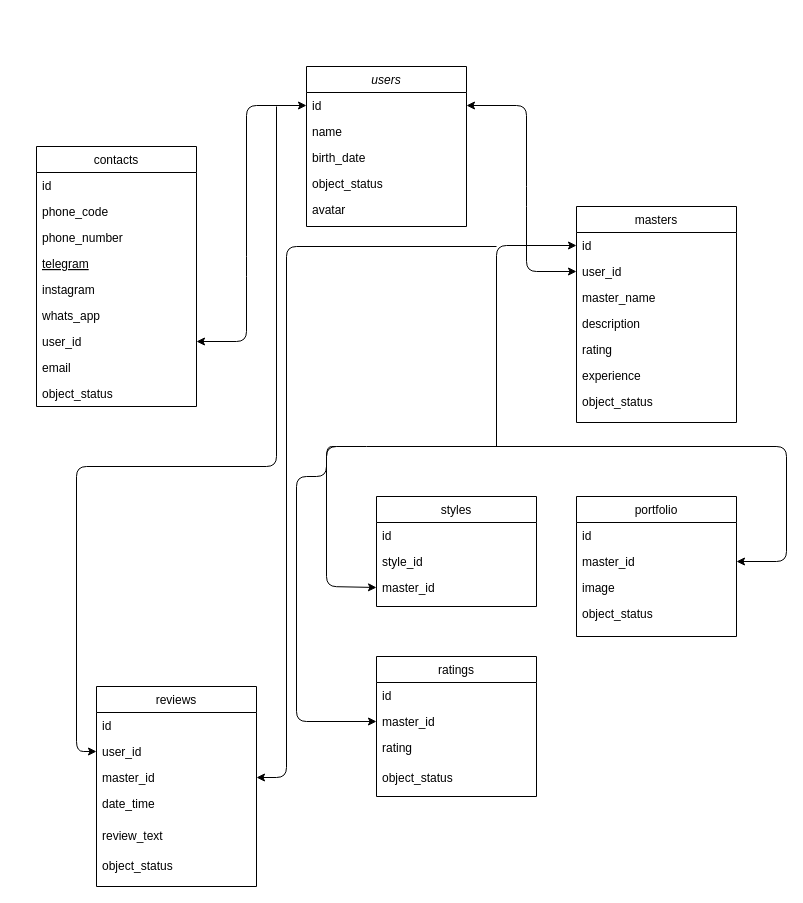
The draw.io diagram src/main/java/art/tattoo/wowtattoo/dao/Untitled Diagram.drawio in kiber-kot/wow-tattoo, before the edit. Source tidied: cells renumbered, new cells numbered last; positions are measured from the earlier drawing's top-left corner, leaving out a move shared by most shapes. Both pictures are drawn from the tidied source at 100%, with x=0, y=0 at pixel (36, 66).
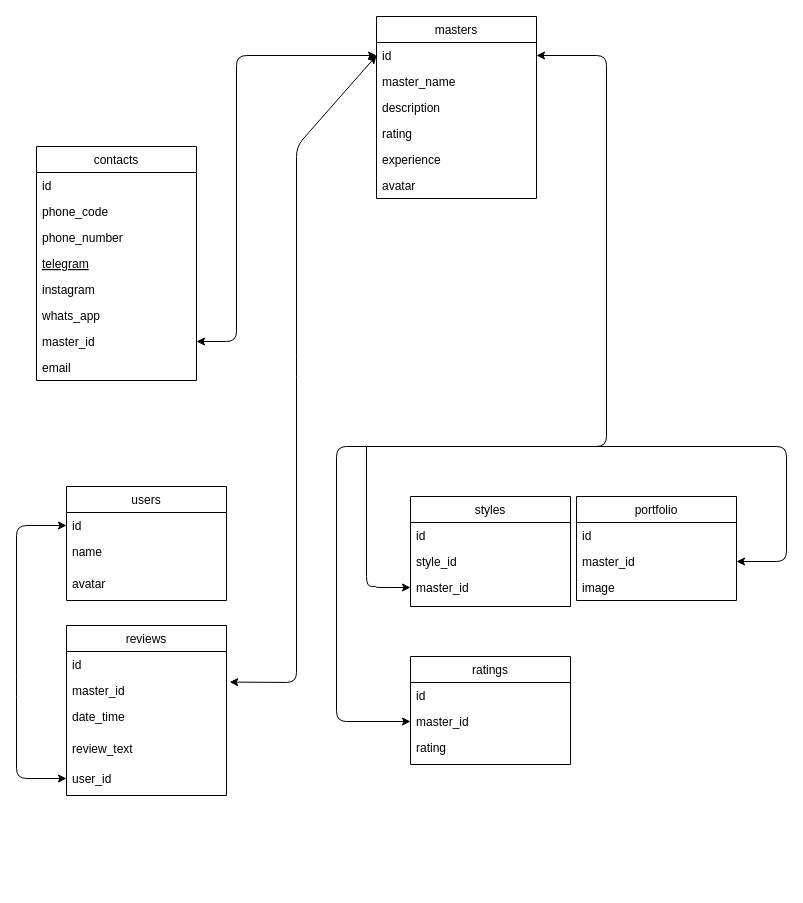
The same page after the edit.

The change refers to these unchanged cells:
```xml
<mxCell id="21" value="master_id" style="text;align=left;verticalAlign=top;spacingLeft=4;spacingRight=4;overflow=hidden;points=[[0,0.5],[1,0.5]];portConstraint=eastwest;" parent="18" vertex="1">
  <mxGeometry y="78" width="160" height="26" as="geometry" />
</mxCell>
<mxCell id="23" value="id" style="text;align=left;verticalAlign=top;spacingLeft=4;spacingRight=4;overflow=hidden;points=[[0,0.5],[1,0.5]];portConstraint=eastwest;" parent="22" vertex="1">
  <mxGeometry y="26" width="160" height="26" as="geometry" />
</mxCell>
<mxCell id="37" value="master_id" style="text;align=left;verticalAlign=top;spacingLeft=4;spacingRight=4;overflow=hidden;points=[[0,0.5],[1,0.5]];portConstraint=eastwest;" parent="35" vertex="1">
  <mxGeometry y="52" width="160" height="26" as="geometry" />
</mxCell>
```

What changed in the source:
```diff
@@
-    <mxCell id="2" value="users" style="swimlane;fontStyle=2;align=center;verticalAlign=top;horizontal=1;startSize=26;rounded=0;shadow=0;strokeWidth=1;" parent="1" vertex="1">
-      <mxGeometry x="270" width="160" height="160" as="geometry" />
-    </mxCell>
-    <mxCell id="3" value="id" style="text;align=left;verticalAlign=top;spacingLeft=4;spacingRight=4;overflow=hidden;points=[[0,0.5],[1,0.5]];portConstraint=eastwest;" parent="2" vertex="1">
-      <mxGeometry y="26" width="160" height="26" as="geometry" />
-    </mxCell>
-    <mxCell id="4" value="name" style="text;align=left;verticalAlign=top;spacingLeft=4;spacingRight=4;overflow=hidden;rounded=0;shadow=0;html=0;" parent="2" vertex="1">
-      <mxGeometry y="52" width="160" height="26" as="geometry" />
-    </mxCell>
-    <mxCell id="5" value="birth_date" style="text;align=left;verticalAlign=top;spacingLeft=4;spacingRight=4;overflow=hidden;rounded=0;shadow=0;html=0;" parent="2" vertex="1">
-      <mxGeometry y="78" width="160" height="26" as="geometry" />
-    </mxCell>
-    <mxCell id="6" value="object_status" style="text;align=left;verticalAlign=top;spacingLeft=4;spacingRight=4;overflow=hidden;" parent="2" vertex="1">
-      <mxGeometry y="104" width="160" height="26" as="geometry" />
-    </mxCell>
-    <mxCell id="7" value="avatar" style="text;align=left;verticalAlign=top;spacingLeft=4;spacingRight=4;overflow=hidden;" parent="2" vertex="1">
-      <mxGeometry y="130" width="160" height="26" as="geometry" />
-    </mxCell>
     <mxCell id="8" value="contacts" style="swimlane;fontStyle=0;align=center;verticalAlign=top;horizontal=1;startSize=26;rounded=0;shadow=0;strokeWidth=1;" parent="1" vertex="1">
-      <mxGeometry y="80" width="160" height="260" as="geometry" />
+      <mxGeometry y="80" width="160" height="234" as="geometry" />
     </mxCell>
@@
-    <mxCell id="15" value="user_id" style="text;align=left;verticalAlign=top;spacingLeft=4;spacingRight=4;overflow=hidden;points=[[0,0.5],[1,0.5]];portConstraint=eastwest;" parent="8" vertex="1">
+    <mxCell id="15" value="master_id" style="text;align=left;verticalAlign=top;spacingLeft=4;spacingRight=4;overflow=hidden;points=[[0,0.5],[1,0.5]];portConstraint=eastwest;" parent="8" vertex="1">
       <mxGeometry y="182" width="160" height="26" as="geometry" />
     </mxCell>
@@
-    <mxCell id="17" value="object_status" style="text;align=left;verticalAlign=top;spacingLeft=4;spacingRight=4;overflow=hidden;" parent="8" vertex="1">
-      <mxGeometry y="234" width="160" height="26" as="geometry" />
-    </mxCell>
     <mxCell id="18" value="styles" style="swimlane;fontStyle=0;align=center;verticalAlign=top;horizontal=1;startSize=26;rounded=0;shadow=0;strokeWidth=1;" parent="1" vertex="1">
-      <mxGeometry x="340" y="430" width="160" height="110" as="geometry" />
+      <mxGeometry x="374" y="430" width="160" height="110" as="geometry" />
     </mxCell>
@@
     <mxCell id="22" value="masters" style="swimlane;fontStyle=0;align=center;verticalAlign=top;horizontal=1;startSize=26;rounded=0;shadow=0;strokeWidth=1;" parent="1" vertex="1">
-      <mxGeometry x="540" y="140" width="160" height="216" as="geometry" />
+      <mxGeometry x="340" y="-50" width="160" height="182" as="geometry" />
     </mxCell>
@@
-    <mxCell id="24" value="user_id" style="text;align=left;verticalAlign=top;spacingLeft=4;spacingRight=4;overflow=hidden;points=[[0,0.5],[1,0.5]];portConstraint=eastwest;rounded=0;shadow=0;html=0;" parent="22" vertex="1">
-      <mxGeometry y="52" width="160" height="26" as="geometry" />
-    </mxCell>
     <mxCell id="25" value="master_name" style="text;align=left;verticalAlign=top;spacingLeft=4;spacingRight=4;overflow=hidden;rounded=0;shadow=0;html=0;" parent="22" vertex="1">
-      <mxGeometry y="78" width="160" height="26" as="geometry" />
+      <mxGeometry y="52" width="160" height="26" as="geometry" />
     </mxCell>
     <mxCell id="26" value="description" style="text;align=left;verticalAlign=top;spacingLeft=4;spacingRight=4;overflow=hidden;rounded=0;shadow=0;html=0;" parent="22" vertex="1">
-      <mxGeometry y="104" width="160" height="26" as="geometry" />
+      <mxGeometry y="78" width="160" height="26" as="geometry" />
     </mxCell>
     <mxCell id="27" value="rating" style="text;align=left;verticalAlign=top;spacingLeft=4;spacingRight=4;overflow=hidden;rounded=0;shadow=0;html=0;" parent="22" vertex="1">
-      <mxGeometry y="130" width="160" height="26" as="geometry" />
+      <mxGeometry y="104" width="160" height="26" as="geometry" />
     </mxCell>
     <mxCell id="28" value="experience" style="text;align=left;verticalAlign=top;spacingLeft=4;spacingRight=4;overflow=hidden;" parent="22" vertex="1">
-      <mxGeometry y="156" width="160" height="26" as="geometry" />
+      <mxGeometry y="130" width="160" height="26" as="geometry" />
     </mxCell>
-    <mxCell id="29" value="object_status" style="text;align=left;verticalAlign=top;spacingLeft=4;spacingRight=4;overflow=hidden;" parent="22" vertex="1">
-      <mxGeometry y="182" width="160" height="26" as="geometry" />
+    <mxCell id="29" value="avatar" style="text;align=left;verticalAlign=top;spacingLeft=4;spacingRight=4;overflow=hidden;" parent="22" vertex="1">
+      <mxGeometry y="156" width="160" height="26" as="geometry" />
     </mxCell>
     <mxCell id="30" value="portfolio" style="swimlane;fontStyle=0;align=center;verticalAlign=top;horizontal=1;startSize=26;rounded=0;shadow=0;strokeWidth=1;" parent="1" vertex="1">
-      <mxGeometry x="540" y="430" width="160" height="140" as="geometry" />
+      <mxGeometry x="540" y="430" width="160" height="104" as="geometry" />
     </mxCell>
@@
-    <mxCell id="34" value="object_status" style="text;align=left;verticalAlign=top;spacingLeft=4;spacingRight=4;overflow=hidden;" parent="30" vertex="1">
-      <mxGeometry y="104" width="160" height="26" as="geometry" />
-    </mxCell>
     <mxCell id="35" value="ratings" style="swimlane;fontStyle=0;align=center;verticalAlign=top;horizontal=1;startSize=26;rounded=0;shadow=0;strokeWidth=1;" parent="1" vertex="1">
-      <mxGeometry x="340" y="590" width="160" height="140" as="geometry" />
+      <mxGeometry x="374" y="590" width="160" height="108" as="geometry" />
     </mxCell>
@@
-    <mxCell id="39" value="object_status" style="text;align=left;verticalAlign=top;spacingLeft=4;spacingRight=4;overflow=hidden;" parent="35" vertex="1">
-      <mxGeometry y="108" width="160" height="30" as="geometry" />
-    </mxCell>
     <mxCell id="40" value="reviews" style="swimlane;fontStyle=0;align=center;verticalAlign=top;horizontal=1;startSize=26;rounded=0;shadow=0;strokeWidth=1;" parent="1" vertex="1">
-      <mxGeometry x="60" y="620" width="160" height="200" as="geometry" />
+      <mxGeometry x="30" y="559" width="160" height="170" as="geometry" />
     </mxCell>
@@
-    <mxCell id="42" value="user_id" style="text;align=left;verticalAlign=top;spacingLeft=4;spacingRight=4;overflow=hidden;points=[[0,0.5],[1,0.5]];portConstraint=eastwest;" parent="40" vertex="1">
-      <mxGeometry y="52" width="160" height="26" as="geometry" />
-    </mxCell>
     <mxCell id="43" value="master_id" style="text;align=left;verticalAlign=top;spacingLeft=4;spacingRight=4;overflow=hidden;points=[[0,0.5],[1,0.5]];portConstraint=eastwest;" parent="40" vertex="1">
-      <mxGeometry y="78" width="160" height="26" as="geometry" />
+      <mxGeometry y="52" width="160" height="26" as="geometry" />
     </mxCell>
     <mxCell id="44" value="date_time" style="text;align=left;verticalAlign=top;spacingLeft=4;spacingRight=4;overflow=hidden;" parent="40" vertex="1">
-      <mxGeometry y="104" width="160" height="32" as="geometry" />
+      <mxGeometry y="78" width="160" height="32" as="geometry" />
     </mxCell>
     <mxCell id="45" value="review_text" style="text;align=left;verticalAlign=top;spacingLeft=4;spacingRight=4;overflow=hidden;" parent="40" vertex="1">
-      <mxGeometry y="136" width="160" height="30" as="geometry" />
+      <mxGeometry y="110" width="160" height="30" as="geometry" />
     </mxCell>
-    <mxCell id="46" value="object_status" style="text;align=left;verticalAlign=top;spacingLeft=4;spacingRight=4;overflow=hidden;" parent="40" vertex="1">
-      <mxGeometry y="166" width="160" height="30" as="geometry" />
-    </mxCell>
-    <mxCell id="47" style="endArrow=classic;startArrow=classic;html=1;entryX=0;entryY=0.5;entryDx=0;entryDy=0;exitX=1;exitY=0.5;exitDx=0;exitDy=0;" parent="1" edge="1" source="15" target="3">
-      <mxGeometry relative="1" as="geometry">
-        <Array as="points">
-          <mxPoint x="210" y="275" />
-          <mxPoint x="210" y="200" />
-          <mxPoint x="210" y="39" />
-        </Array>
-      </mxGeometry>
-    </mxCell>
+    <mxCell id="42" value="user_id" style="text;align=left;verticalAlign=top;spacingLeft=4;spacingRight=4;overflow=hidden;points=[[0,0.5],[1,0.5]];portConstraint=eastwest;" parent="40" vertex="1">
+      <mxGeometry y="140" width="160" height="26" as="geometry" />
+    </mxCell>
-    <mxCell id="48" style="endArrow=classic;startArrow=classic;html=1;entryX=1;entryY=0.5;entryDx=0;entryDy=0;exitX=0;exitY=0.5;exitDx=0;exitDy=0;" parent="1" edge="1" source="24" target="3">
+    <mxCell id="48" style="endArrow=classic;startArrow=classic;html=1;entryX=1;entryY=0.5;entryDx=0;entryDy=0;exitX=0;exitY=0.5;exitDx=0;exitDy=0;" parent="1" edge="1" source="23" target="15">
       <mxGeometry relative="1" as="geometry">
         <Array as="points">
-          <mxPoint x="490" y="205" />
-          <mxPoint x="490" y="130" />
-          <mxPoint x="490" y="39" />
+          <mxPoint x="200" y="-11" />
+          <mxPoint x="200" y="275" />
         </Array>
       </mxGeometry>
     </mxCell>
@@
     <mxCell id="50" style="edgeStyle=segmentEdgeStyle;endArrow=classic;html=1;entryX=0;entryY=0.5;entryDx=0;entryDy=0;" parent="1" edge="1" target="21">
       <mxGeometry relative="1" as="geometry">
         <mxPoint x="330" y="380" as="sourcePoint" />
         <Array as="points">
-          <mxPoint x="290" y="380" />
-          <mxPoint x="290" y="520" />
+          <mxPoint x="330" y="520" />
           <mxPoint x="340" y="520" />
+          <mxPoint x="340" y="521" />
         </Array>
       </mxGeometry>
     </mxCell>
@@
-    <mxCell id="52" style="edgeStyle=segmentEdgeStyle;endArrow=classic;html=1;entryX=0;entryY=0.5;entryDx=0;entryDy=0;" parent="1" edge="1" target="23">
+    <mxCell id="52" style="edgeStyle=segmentEdgeStyle;endArrow=classic;html=1;entryX=1;entryY=0.5;entryDx=0;entryDy=0;" parent="1" edge="1" target="23">
       <mxGeometry relative="1" as="geometry">
         <mxPoint x="460" y="380" as="sourcePoint" />
         <Array as="points">
-          <mxPoint x="460" y="179" />
+          <mxPoint x="570" y="380" />
+          <mxPoint x="570" y="-11" />
         </Array>
       </mxGeometry>
     </mxCell>
     <mxCell id="53" style="edgeStyle=segmentEdgeStyle;endArrow=classic;html=1;entryX=0;entryY=0.5;entryDx=0;entryDy=0;" parent="1" edge="1" target="37">
       <mxGeometry relative="1" as="geometry">
-        <mxPoint x="300" y="380" as="sourcePoint" />
+        <mxPoint x="330" y="380" as="sourcePoint" />
         <Array as="points">
-          <mxPoint x="290" y="380" />
-          <mxPoint x="290" y="410" />
-          <mxPoint x="260" y="410" />
-          <mxPoint x="260" y="655" />
+          <mxPoint x="300" y="380" />
+          <mxPoint x="300" y="655" />
         </Array>
       </mxGeometry>
     </mxCell>
-    <mxCell id="54" style="edgeStyle=segmentEdgeStyle;endArrow=classic;html=1;entryX=0;entryY=0.5;entryDx=0;entryDy=0;" parent="1" edge="1" target="42">
-      <mxGeometry relative="1" as="geometry">
-        <mxPoint x="240" y="40" as="sourcePoint" />
-        <Array as="points">
-          <mxPoint x="240" y="400" />
-          <mxPoint x="40" y="400" />
-          <mxPoint x="40" y="685" />
-        </Array>
-      </mxGeometry>
-    </mxCell>
-    <mxCell id="55" style="edgeStyle=segmentEdgeStyle;endArrow=classic;html=1;entryX=1;entryY=0.5;entryDx=0;entryDy=0;" parent="1" edge="1" target="43">
-      <mxGeometry relative="1" as="geometry">
-        <mxPoint x="460" y="180" as="sourcePoint" />
-        <Array as="points">
-          <mxPoint x="250" y="180" />
-          <mxPoint x="250" y="711" />
-        </Array>
-      </mxGeometry>
-    </mxCell>
+    <mxCell id="2" value="users" style="swimlane;fontStyle=0;align=center;verticalAlign=top;horizontal=1;startSize=26;rounded=0;shadow=0;strokeWidth=1;" parent="1" vertex="1">
+      <mxGeometry x="30" y="420" width="160" height="114" as="geometry" />
+    </mxCell>
+    <mxCell id="3" value="id&#10;" style="text;align=left;verticalAlign=top;spacingLeft=4;spacingRight=4;overflow=hidden;points=[[0,0.5],[1,0.5]];portConstraint=eastwest;" parent="2" vertex="1">
+      <mxGeometry y="26" width="160" height="26" as="geometry" />
+    </mxCell>
+    <mxCell id="4" value="name" style="text;align=left;verticalAlign=top;spacingLeft=4;spacingRight=4;overflow=hidden;" parent="2" vertex="1">
+      <mxGeometry y="52" width="160" height="32" as="geometry" />
+    </mxCell>
+    <mxCell id="7" value="avatar" style="text;align=left;verticalAlign=top;spacingLeft=4;spacingRight=4;overflow=hidden;" parent="2" vertex="1">
+      <mxGeometry y="84" width="160" height="26" as="geometry" />
+    </mxCell>
+    <mxCell id="56" style="endArrow=classic;startArrow=classic;html=1;entryX=0;entryY=0.5;entryDx=0;entryDy=0;exitX=0;exitY=0.5;exitDx=0;exitDy=0;" parent="1" edge="1" source="42" target="3">
+      <mxGeometry relative="1" as="geometry">
+        <Array as="points">
+          <mxPoint x="-20" y="712" />
+          <mxPoint x="-20" y="620" />
+          <mxPoint x="-20" y="459" />
+        </Array>
+      </mxGeometry>
+    </mxCell>
+    <mxCell id="57" style="endArrow=classic;startArrow=classic;html=1;exitX=1.02;exitY=0.177;exitDx=0;exitDy=0;exitPerimeter=0;entryX=0;entryY=0.5;entryDx=0;entryDy=0;" parent="1" edge="1" source="43" target="23">
+      <mxGeometry relative="1" as="geometry">
+        <Array as="points">
+          <mxPoint x="260" y="616" />
+          <mxPoint x="260" y="300" />
+          <mxPoint x="260" y="80" />
+        </Array>
+      </mxGeometry>
+    </mxCell>
```
